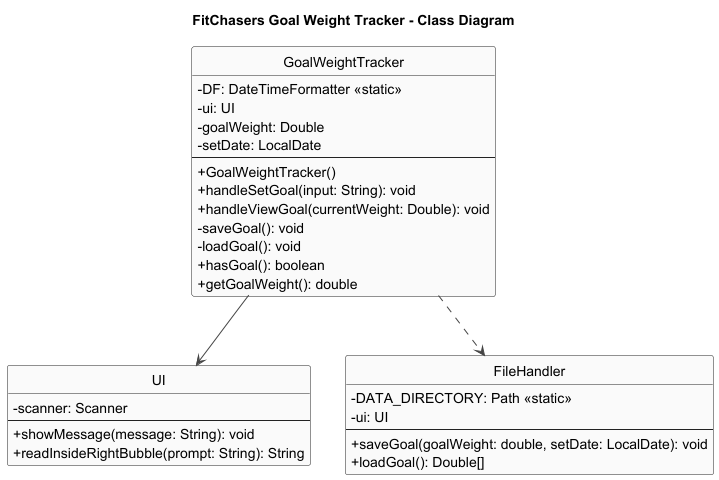
Exceptional-Khoi/tp keeps this PlantUML diagram as docs/diagrams/GoalWeightTracker_Class_Diagram.png. Above is the earlier version.
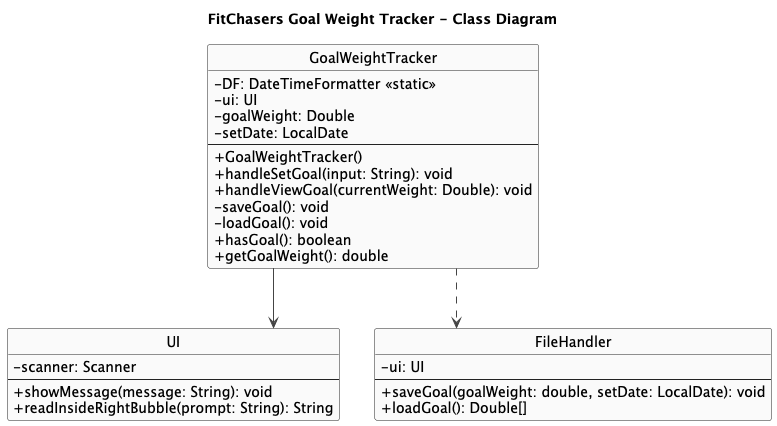
Above is the later version.

Change to the diagram source:
```diff
@@ -1,6 +1,7 @@
 @startuml
 title FitChasers Goal Weight Tracker - Class Diagram
 
+skinparam linetype ortho
 skinparam shadowing false
 skinparam classAttributeIconSize 0
 skinparam ArrowColor #444
@@ -33,7 +34,6 @@
 }
 
 class FileHandler {
--DATA_DIRECTORY: Path <<static>>
 -ui: UI
 --
 +saveGoal(goalWeight: double, setDate: LocalDate): void
```
